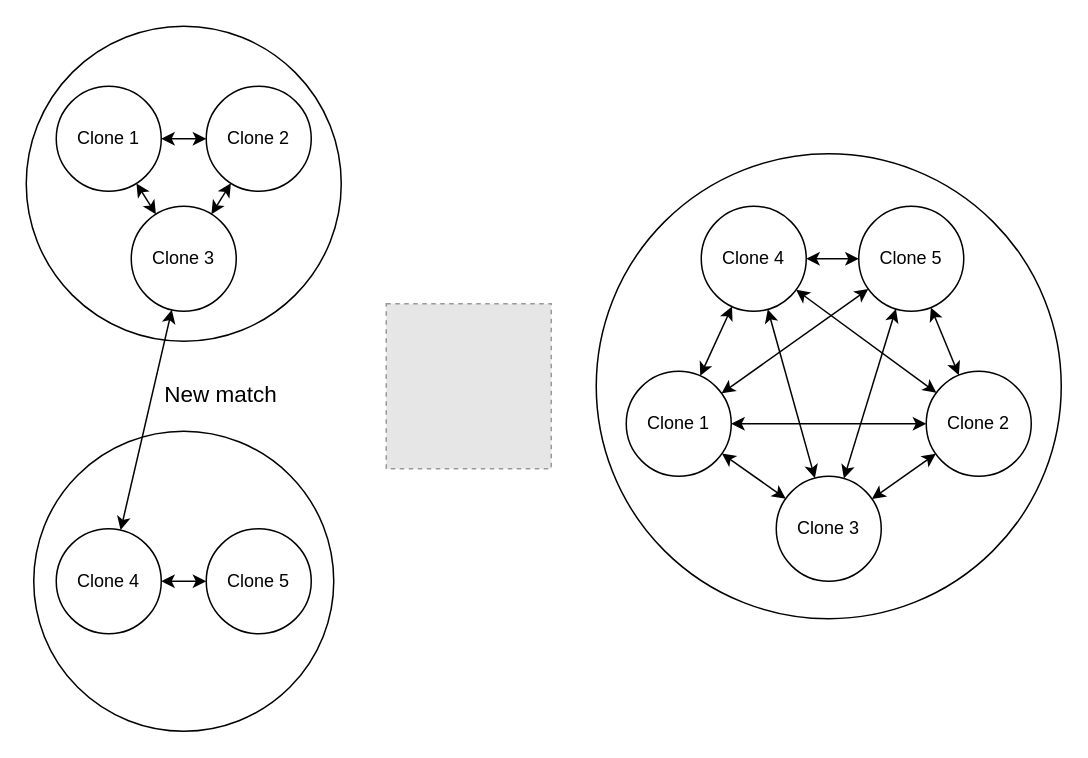
The draw.io diagram thesis/figures/cloneaggregation.drawio in jakobkhansen/master-thesis, before the edit. Source tidied: cells renumbered, new cells numbered last; positions are measured from the earlier drawing's top-left corner, leaving out a move shared by most shapes. Both pictures are drawn from the tidied source at 150%, with x=0, y=0 at pixel (26, 26). Pictures stored in the file or linked from it are replaced by grey dashed boxes.
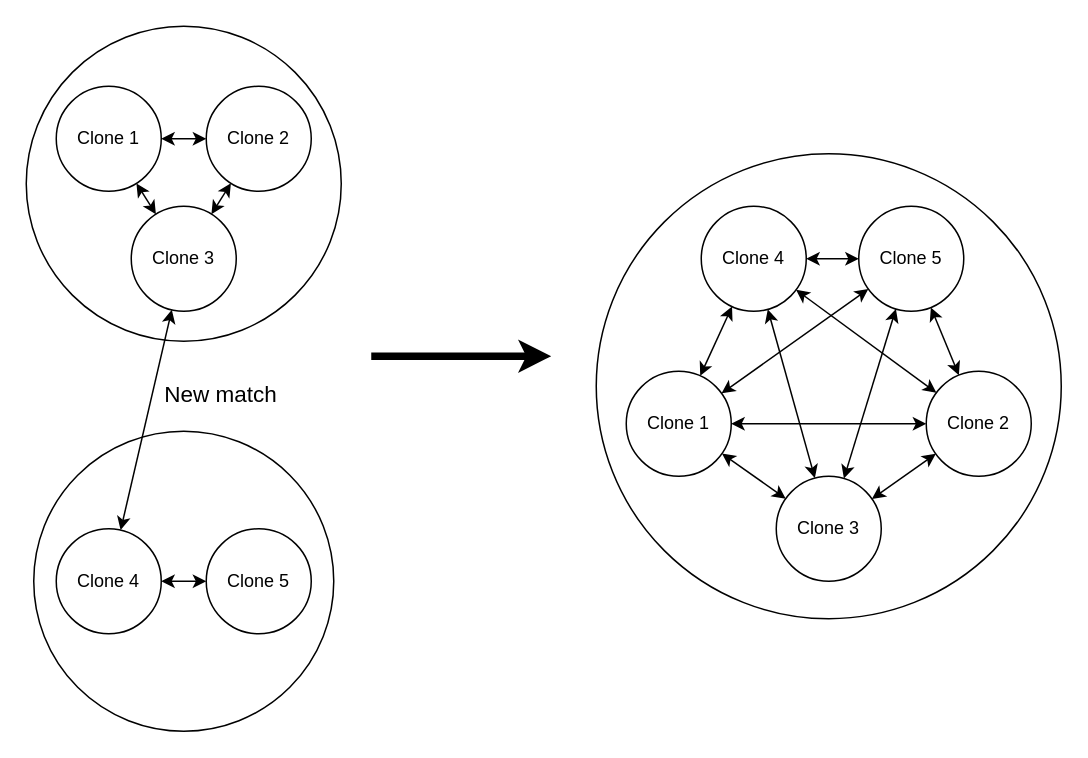
Above is the later version.

The edit, as a diff of the source:
```diff
@@
-    <mxCell id="31" style="fillColor=#E6E6E6;strokeColor=#999999;dashed=1;html=1;verticalAlign=top;verticalLabelPosition=bottom;labelBackgroundColor=#ffffff;fontSize=15;fontFamily=Computer Modern;" parent="1" vertex="1">
-      <mxGeometry x="240" y="185" width="110" height="110" as="geometry" />
-    </mxCell>
+    <mxCell id="32" style="endArrow=classic;html=1;rounded=0;strokeWidth=5;" parent="1" edge="1">
+      <mxGeometry relative="1" as="geometry">
+        <mxPoint x="230" y="220" as="sourcePoint" />
+        <mxPoint x="350" y="220" as="targetPoint" />
+      </mxGeometry>
+    </mxCell>
```
